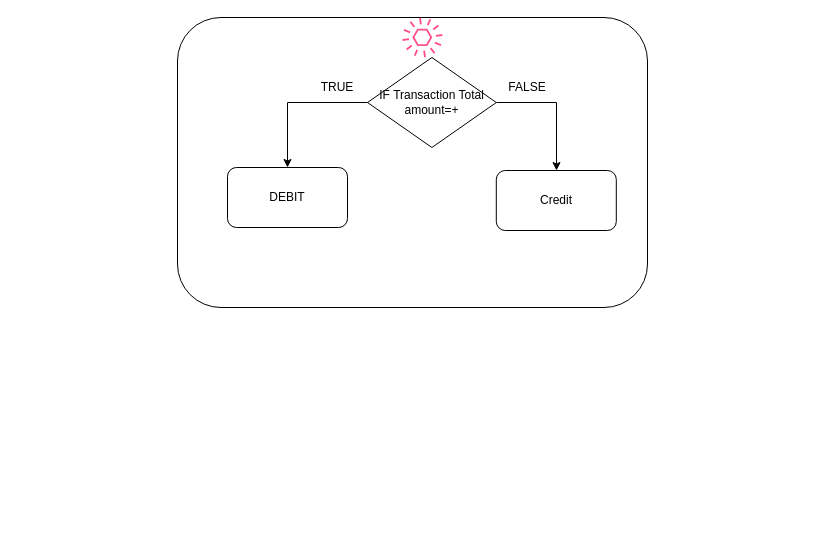
This is CREDIT-DEBIT.drawio from anantwag19/Workspace, a draw.io file, before an edit. Source tidied: cells renumbered, new cells numbered last; positions are measured from the earlier drawing's top-left corner, leaving out a move shared by most shapes. Both pictures are drawn from the tidied source at 100%, with x=0, y=0 at pixel (177, 17).
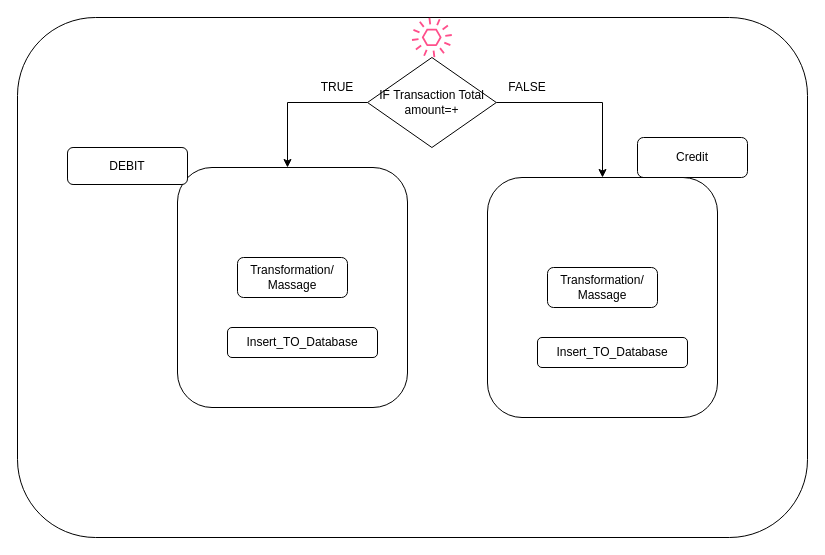
Above is the later version.

Unchanged cells that the change refers to:
```xml
<mxCell id="6" value="IF &lt;span lang=&quot;EN-GB&quot;&gt;Transaction Total amount&lt;/span&gt;=+" style="rhombus;whiteSpace=wrap;html=1;" parent="1" vertex="1">
  <mxGeometry x="190" y="40" width="128.8" height="90" as="geometry" />
</mxCell>
```

Change to the diagram source:
```diff
@@
     <mxCell id="2" style="rounded=1;whiteSpace=wrap;html=1;" parent="1" vertex="1">
-      <mxGeometry width="470" height="290" as="geometry" />
+      <mxGeometry x="-160" width="790" height="520" as="geometry" />
     </mxCell>
     <mxCell id="3" style="fontColor=#232F3E;gradientColor=none;fillColor=#FF4F8B;strokeColor=none;dashed=0;verticalLabelPosition=bottom;verticalAlign=top;align=center;html=1;fontSize=12;fontStyle=0;shape=mxgraph.aws4.event;" parent="1" vertex="1">
-      <mxGeometry x="225" width="40" height="40" as="geometry" />
+      <mxGeometry x="234.4" width="40" height="40" as="geometry" />
     </mxCell>
-    <mxCell id="4" style="edgeStyle=orthogonalEdgeStyle;rounded=0;jettySize=auto;html=1;exitX=0;exitY=0.5;exitDx=0;exitDy=0;" parent="1" edge="1" source="6" target="7">
+    <mxCell id="4" style="edgeStyle=orthogonalEdgeStyle;rounded=0;jettySize=auto;html=1;exitX=0;exitY=0.5;exitDx=0;exitDy=0;" parent="1" edge="1" source="6">
       <mxGeometry relative="1" as="geometry">
+        <mxPoint x="110" y="150" as="targetPoint" />
         <Array as="points">
           <mxPoint x="190" y="85" />
           <mxPoint x="110" y="85" />
         </Array>
       </mxGeometry>
     </mxCell>
-    <mxCell id="5" style="edgeStyle=orthogonalEdgeStyle;rounded=0;jettySize=auto;html=1;" parent="1" edge="1" source="6" target="8">
-      <mxGeometry relative="1" as="geometry">
-        <Array as="points">
-          <mxPoint x="379" y="85" />
-        </Array>
-      </mxGeometry>
-    </mxCell>
+    <mxCell id="11" style="edgeStyle=orthogonalEdgeStyle;rounded=0;jettySize=auto;html=1;" parent="1" edge="1" source="6" target="15">
+      <mxGeometry relative="1" as="geometry">
+        <Array as="points">
+          <mxPoint x="425" y="85" />
+        </Array>
+      </mxGeometry>
+    </mxCell>
@@
-    <mxCell id="7" value="DEBIT" style="rounded=1;whiteSpace=wrap;html=1;" parent="1" vertex="1">
-      <mxGeometry x="50" y="150" width="120" height="60" as="geometry" />
-    </mxCell>
     <mxCell id="8" value="Credit" style="rounded=1;whiteSpace=wrap;html=1;" parent="1" vertex="1">
-      <mxGeometry x="318.8" y="153" width="120" height="60" as="geometry" />
+      <mxGeometry x="460" y="120" width="110" height="40" as="geometry" />
     </mxCell>
@@
+    <mxCell id="12" style="rounded=1;whiteSpace=wrap;html=1;" parent="1" vertex="1">
+      <mxGeometry y="150" width="230" height="240" as="geometry" />
+    </mxCell>
+    <mxCell id="13" value="&lt;div&gt;Transformation/&lt;/div&gt;&lt;div&gt;Massage&lt;/div&gt;" style="rounded=1;whiteSpace=wrap;html=1;" parent="1" vertex="1">
+      <mxGeometry x="60" y="240" width="110" height="40" as="geometry" />
+    </mxCell>
+    <mxCell id="14" value="Insert_TO_Database" style="rounded=1;whiteSpace=wrap;html=1;" parent="1" vertex="1">
+      <mxGeometry x="50" y="310" width="150" height="30" as="geometry" />
+    </mxCell>
+    <mxCell id="7" value="DEBIT" style="rounded=1;whiteSpace=wrap;html=1;" parent="1" vertex="1">
+      <mxGeometry x="-110" y="130" width="120" height="37" as="geometry" />
+    </mxCell>
+    <mxCell id="15" style="rounded=1;whiteSpace=wrap;html=1;" parent="1" vertex="1">
+      <mxGeometry x="310" y="160" width="230" height="240" as="geometry" />
+    </mxCell>
+    <mxCell id="16" value="&lt;div&gt;Transformation/&lt;/div&gt;&lt;div&gt;Massage&lt;/div&gt;" style="rounded=1;whiteSpace=wrap;html=1;" parent="1" vertex="1">
+      <mxGeometry x="370" y="250" width="110" height="40" as="geometry" />
+    </mxCell>
+    <mxCell id="17" value="Insert_TO_Database" style="rounded=1;whiteSpace=wrap;html=1;" parent="1" vertex="1">
+      <mxGeometry x="360" y="320" width="150" height="30" as="geometry" />
+    </mxCell>
```
